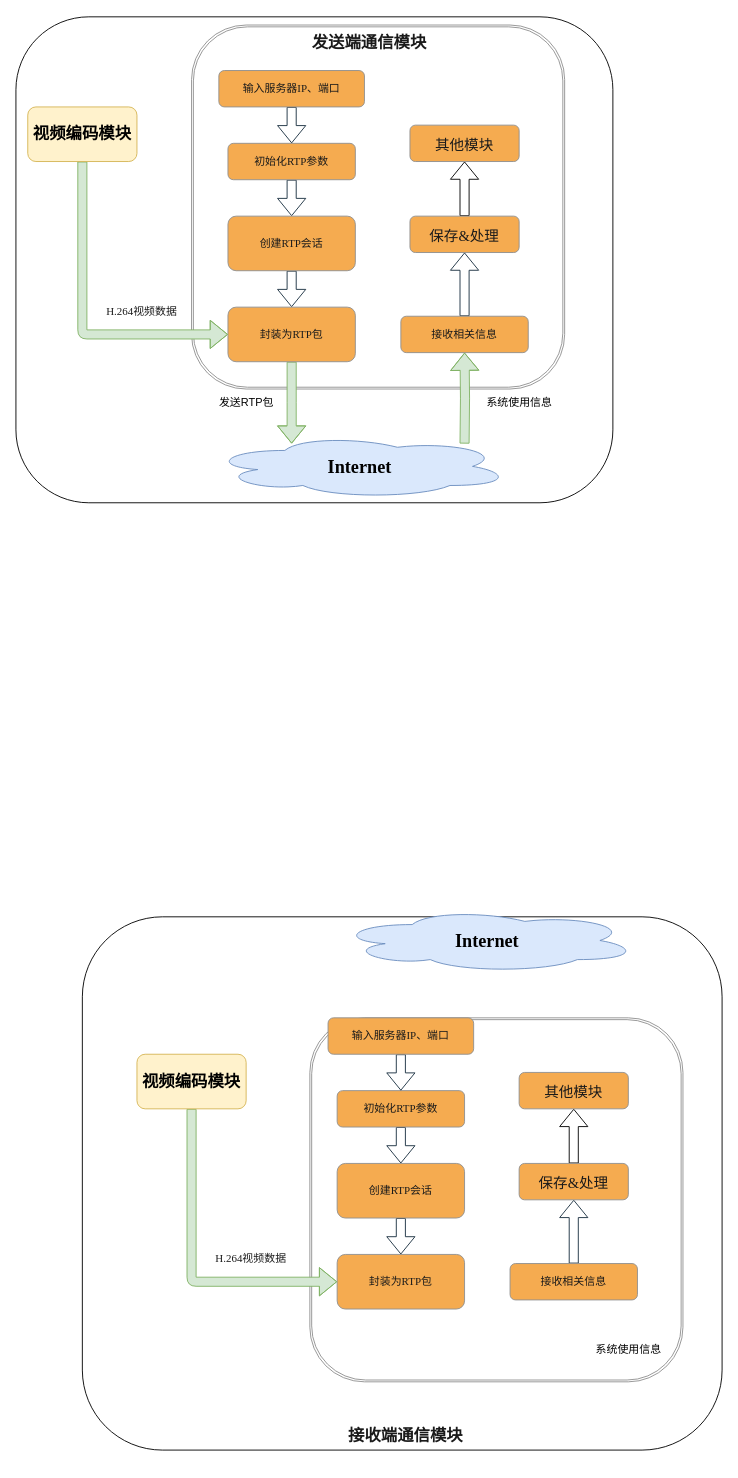
The draw.io diagram send.drawio in Bright-Hsu/Real-Time-Trans-Server, before the edit. Source tidied: cells renumbered, new cells numbered last; positions are measured from the earlier drawing's top-left corner, leaving out a move shared by most shapes. Both pictures are drawn from the tidied source at 91%, with x=0, y=0 at pixel (15, 15).
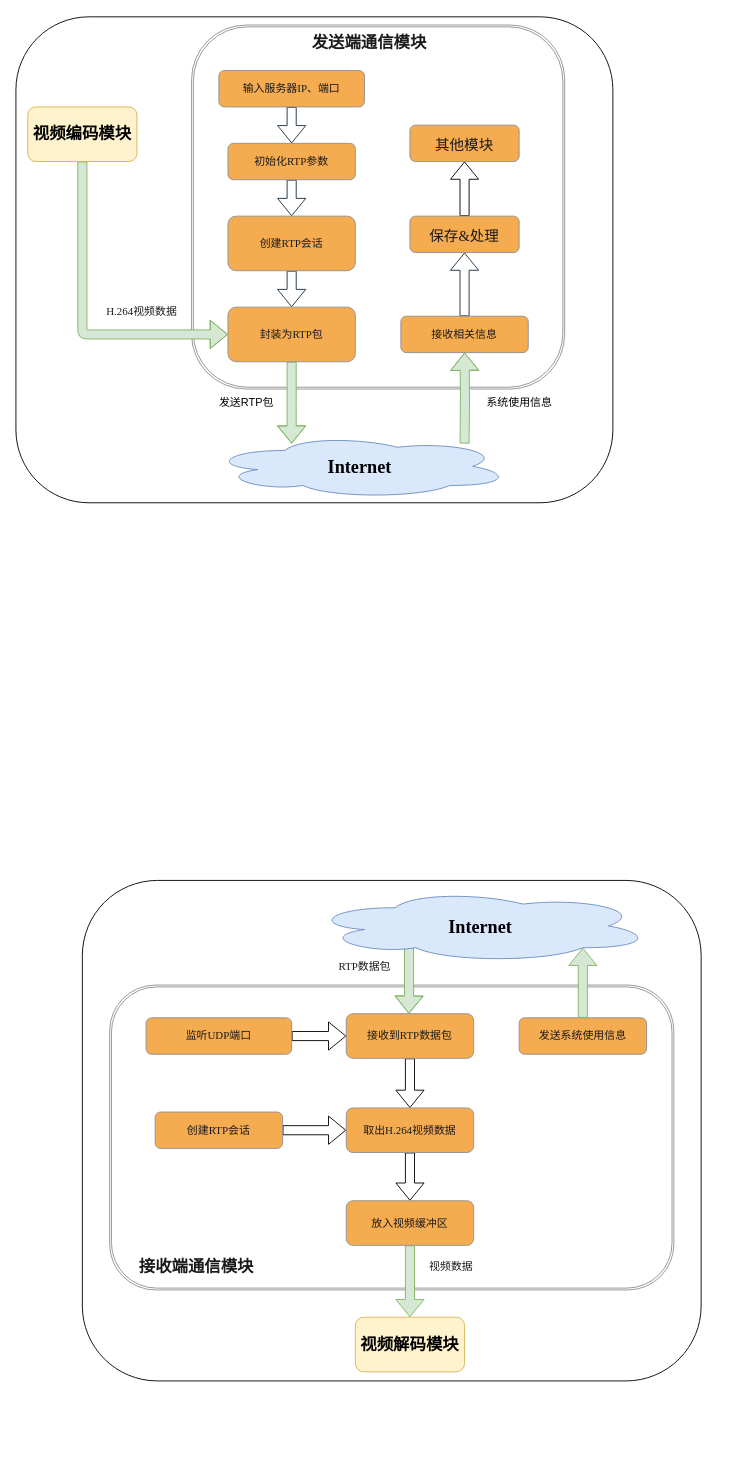
The same diagram, later.

What changed in the source:
```diff
@@
     <mxCell id="2" style="rounded=1;whiteSpace=wrap;html=1;fillColor=none;" parent="1" vertex="1">
-      <mxGeometry x="73" y="990" width="703" height="586" as="geometry" />
+      <mxGeometry x="73" y="950" width="680" height="550" as="geometry" />
     </mxCell>
@@
     <mxCell id="26" style="shape=ext;double=1;rounded=1;whiteSpace=wrap;html=1;fillColor=none;fontFamily=Times New Roman;labelBackgroundColor=none;strokeColor=#909090;fontColor=#1A1A1A;" parent="1" vertex="1">
-      <mxGeometry x="323" y="1101" width="410" height="400" as="geometry" />
+      <mxGeometry x="103" y="1065" width="620" height="335" as="geometry" />
     </mxCell>
-    <mxCell id="27" style="edgeStyle=orthogonalEdgeStyle;rounded=1;jettySize=auto;html=1;shape=flexArrow;fontFamily=Times New Roman;labelBackgroundColor=none;strokeColor=#182E3E;fontColor=default;" parent="1" edge="1" source="28" target="30">
-      <mxGeometry relative="1" as="geometry" />
-    </mxCell>
+    <mxCell id="45" style="edgeStyle=orthogonalEdgeStyle;rounded=0;jettySize=auto;html=1;shape=flexArrow;" parent="1" edge="1" source="28" target="51">
+      <mxGeometry relative="1" as="geometry" />
+    </mxCell>
-    <mxCell id="28" value="初始化RTP参数" style="rounded=1;whiteSpace=wrap;html=1;fontFamily=Times New Roman;labelBackgroundColor=none;fillColor=#F5AB50;strokeColor=#909090;fontColor=#1A1A1A;" parent="1" vertex="1">
-      <mxGeometry x="353" y="1181" width="140" height="40" as="geometry" />
+    <mxCell id="28" value="创建RTP会话" style="rounded=1;whiteSpace=wrap;html=1;fontFamily=Times New Roman;labelBackgroundColor=none;fillColor=#F5AB50;strokeColor=#909090;fontColor=#1A1A1A;" parent="1" vertex="1">
+      <mxGeometry x="153" y="1204.5" width="140" height="40" as="geometry" />
     </mxCell>
-    <mxCell id="29" style="edgeStyle=orthogonalEdgeStyle;rounded=1;jettySize=auto;html=1;shape=flexArrow;fontFamily=Times New Roman;labelBackgroundColor=none;strokeColor=#182E3E;fontColor=default;" parent="1" edge="1" source="30" target="33">
-      <mxGeometry relative="1" as="geometry" />
-    </mxCell>
-    <mxCell id="30" value="创建RTP会话" style="rounded=1;whiteSpace=wrap;html=1;fontFamily=Times New Roman;labelBackgroundColor=none;fillColor=#F5AB50;strokeColor=#909090;fontColor=#1A1A1A;" parent="1" vertex="1">
-      <mxGeometry x="353" y="1261" width="140" height="60" as="geometry" />
-    </mxCell>
-    <mxCell id="31" style="edgeStyle=orthogonalEdgeStyle;rounded=1;jettySize=auto;html=1;entryX=0.5;entryY=0;entryDx=0;entryDy=0;shape=flexArrow;fontFamily=Times New Roman;labelBackgroundColor=none;strokeColor=#182E3E;fontColor=default;" parent="1" edge="1" source="32" target="28">
-      <mxGeometry relative="1" as="geometry" />
-    </mxCell>
+    <mxCell id="46" style="edgeStyle=orthogonalEdgeStyle;rounded=0;jettySize=auto;html=1;shape=flexArrow;" parent="1" edge="1" source="32" target="49">
+      <mxGeometry relative="1" as="geometry" />
+    </mxCell>
-    <mxCell id="32" value="输入服务器IP、端口" style="rounded=1;whiteSpace=wrap;html=1;fontFamily=Times New Roman;labelBackgroundColor=none;fillColor=#F5AB50;strokeColor=#909090;fontColor=#1A1A1A;" parent="1" vertex="1">
-      <mxGeometry x="343" y="1101" width="160" height="40" as="geometry" />
+    <mxCell id="32" value="监听UDP端口" style="rounded=1;whiteSpace=wrap;html=1;fontFamily=Times New Roman;labelBackgroundColor=none;fillColor=#F5AB50;strokeColor=#909090;fontColor=#1A1A1A;" parent="1" vertex="1">
+      <mxGeometry x="143" y="1101" width="160" height="40" as="geometry" />
     </mxCell>
-    <mxCell id="33" value="封装为RTP包" style="rounded=1;whiteSpace=wrap;html=1;fontFamily=Times New Roman;labelBackgroundColor=none;fillColor=#F5AB50;strokeColor=#909090;fontColor=#1A1A1A;" parent="1" vertex="1">
-      <mxGeometry x="353" y="1361" width="140" height="60" as="geometry" />
-    </mxCell>
-    <mxCell id="34" style="edgeStyle=orthogonalEdgeStyle;rounded=1;jettySize=auto;html=1;shape=flexArrow;fontFamily=Times New Roman;labelBackgroundColor=none;strokeColor=#82b366;fontColor=default;fillColor=#d5e8d4;" parent="1" edge="1" source="35" target="33">
-      <mxGeometry relative="1" as="geometry">
-        <Array as="points">
-          <mxPoint x="193" y="1391" />
-        </Array>
-      </mxGeometry>
-    </mxCell>
-    <mxCell id="35" value="&lt;font style=&quot;font-size: 18px;&quot;&gt;&lt;b&gt;视频编码模块&lt;/b&gt;&lt;/font&gt;" style="rounded=1;whiteSpace=wrap;html=1;fontFamily=Times New Roman;labelBackgroundColor=none;fillColor=#fff2cc;strokeColor=#d6b656;" parent="1" vertex="1">
-      <mxGeometry x="133" y="1141" width="120" height="60" as="geometry" />
+    <mxCell id="35" value="&lt;font style=&quot;font-size: 18px;&quot;&gt;&lt;b&gt;视频解码模块&lt;/b&gt;&lt;/font&gt;" style="rounded=1;whiteSpace=wrap;html=1;fontFamily=Times New Roman;labelBackgroundColor=none;fillColor=#fff2cc;strokeColor=#d6b656;" parent="1" vertex="1">
+      <mxGeometry x="373" y="1430" width="120" height="60" as="geometry" />
     </mxCell>
     <mxCell id="36" value="&lt;h2&gt;&lt;b&gt;&lt;font style=&quot;font-size: 18px;&quot;&gt;接收端通信模块&lt;/font&gt;&lt;/b&gt;&lt;/h2&gt;" style="text;html=1;align=center;verticalAlign=middle;strokeColor=none;fillColor=none;fontFamily=Times New Roman;rounded=1;labelBackgroundColor=none;fontColor=#1A1A1A;" parent="1" vertex="1">
-      <mxGeometry x="353" y="1530" width="150" height="60" as="geometry" />
+      <mxGeometry x="123" y="1345" width="150" height="60" as="geometry" />
     </mxCell>
-    <mxCell id="37" value="H.264视频数据" style="text;html=1;align=center;verticalAlign=middle;strokeColor=none;fillColor=none;fontFamily=Times New Roman;rounded=1;labelBackgroundColor=none;fontColor=#1A1A1A;" parent="1" vertex="1">
-      <mxGeometry x="193" y="1351" width="130" height="30" as="geometry" />
+    <mxCell id="37" value="RTP数据包" style="text;html=1;align=center;verticalAlign=middle;strokeColor=none;fillColor=none;fontFamily=Times New Roman;rounded=1;labelBackgroundColor=none;fontColor=#1A1A1A;" parent="1" vertex="1">
+      <mxGeometry x="333" y="1030" width="100" height="30" as="geometry" />
     </mxCell>
+    <mxCell id="47" style="edgeStyle=orthogonalEdgeStyle;rounded=0;orthogonalLoop=1;jettySize=auto;html=1;shape=flexArrow;fillColor=#d5e8d4;strokeColor=#82b366;" parent="1" edge="1">
+      <mxGeometry relative="1" as="geometry">
+        <mxPoint x="432" y="980" as="sourcePoint" />
+        <mxPoint x="431.8" y="1096.5" as="targetPoint" />
+        <Array as="points">
+          <mxPoint x="431.8" y="1076.5" />
+          <mxPoint x="431.8" y="1076.5" />
+        </Array>
+      </mxGeometry>
+    </mxCell>
     <mxCell id="38" value="&lt;b&gt;Internet&lt;/b&gt;" style="ellipse;shape=cloud;whiteSpace=wrap;html=1;fontFamily=Times New Roman;fillColor=#dae8fc;strokeColor=#6c8ebf;rounded=1;labelBackgroundColor=none;hachureGap=4;fontSize=20;" parent="1" vertex="1">
-      <mxGeometry x="353" y="981" width="330" height="70" as="geometry" />
+      <mxGeometry x="323" y="960" width="375" height="80" as="geometry" />
     </mxCell>
-    <mxCell id="39" style="edgeStyle=orthogonalEdgeStyle;rounded=0;hachureGap=4;jettySize=auto;html=1;strokeColor=#182E3E;fontFamily=Architects Daughter;fontSize=16;fontColor=#1A1A1A;shape=flexArrow;" parent="1" edge="1" source="40" target="42">
-      <mxGeometry relative="1" as="geometry" />
-    </mxCell>
-    <mxCell id="40" value="接收相关信息" style="rounded=1;whiteSpace=wrap;html=1;fontFamily=Times New Roman;labelBackgroundColor=none;fillColor=#F5AB50;strokeColor=#909090;fontColor=#1A1A1A;" parent="1" vertex="1">
-      <mxGeometry x="543" y="1371" width="140" height="40" as="geometry" />
-    </mxCell>
-    <mxCell id="41" style="edgeStyle=orthogonalEdgeStyle;rounded=0;jettySize=auto;html=1;shape=flexArrow;" parent="1" edge="1" source="42" target="44">
-      <mxGeometry relative="1" as="geometry" />
-    </mxCell>
-    <mxCell id="42" value="&lt;font style=&quot;font-size: 16px;&quot;&gt;保存&amp;amp;处理&lt;/font&gt;" style="whiteSpace=wrap;html=1;fontFamily=Times New Roman;fillColor=#F5AB50;strokeColor=#909090;fontColor=#1A1A1A;rounded=1;labelBackgroundColor=none;hachureGap=4;fontSize=20;" parent="1" vertex="1">
-      <mxGeometry x="553" y="1261" width="120" height="40" as="geometry" />
-    </mxCell>
-    <mxCell id="43" value="系统使用信息" style="text;html=1;align=center;verticalAlign=middle;strokeColor=none;fillColor=none;" parent="1" vertex="1">
-      <mxGeometry x="613" y="1451" width="120" height="30" as="geometry" />
-    </mxCell>
-    <mxCell id="44" value="&lt;span style=&quot;font-size: 16px;&quot;&gt;其他模块&lt;/span&gt;" style="whiteSpace=wrap;html=1;fontFamily=Times New Roman;fillColor=#F5AB50;strokeColor=#909090;fontColor=#1A1A1A;rounded=1;labelBackgroundColor=none;hachureGap=4;fontSize=20;" parent="1" vertex="1">
-      <mxGeometry x="553" y="1161" width="120" height="40" as="geometry" />
-    </mxCell>
+    <mxCell id="48" style="edgeStyle=orthogonalEdgeStyle;rounded=0;jettySize=auto;html=1;shape=flexArrow;" parent="1" edge="1" source="49" target="51">
+      <mxGeometry relative="1" as="geometry" />
+    </mxCell>
+    <mxCell id="49" value="接收到RTP数据包" style="whiteSpace=wrap;html=1;fontFamily=Times New Roman;fillColor=#F5AB50;strokeColor=#909090;fontColor=#1A1A1A;rounded=1;labelBackgroundColor=none;" parent="1" vertex="1">
+      <mxGeometry x="363" y="1096.5" width="140" height="49" as="geometry" />
+    </mxCell>
+    <mxCell id="50" style="edgeStyle=orthogonalEdgeStyle;rounded=0;jettySize=auto;html=1;shape=flexArrow;" parent="1" edge="1" source="51" target="53">
+      <mxGeometry relative="1" as="geometry" />
+    </mxCell>
+    <mxCell id="51" value="取出H.264视频数据" style="whiteSpace=wrap;html=1;fontFamily=Times New Roman;fillColor=#F5AB50;strokeColor=#909090;fontColor=#1A1A1A;rounded=1;labelBackgroundColor=none;" parent="1" vertex="1">
+      <mxGeometry x="363" y="1200" width="140" height="49" as="geometry" />
+    </mxCell>
+    <mxCell id="52" style="edgeStyle=orthogonalEdgeStyle;rounded=0;jettySize=auto;html=1;entryX=0.5;entryY=0;entryDx=0;entryDy=0;shape=flexArrow;fillColor=#d5e8d4;strokeColor=#82b366;" parent="1" edge="1" source="53" target="35">
+      <mxGeometry relative="1" as="geometry" />
+    </mxCell>
+    <mxCell id="53" value="放入视频缓冲区" style="whiteSpace=wrap;html=1;fontFamily=Times New Roman;fillColor=#F5AB50;strokeColor=#909090;fontColor=#1A1A1A;rounded=1;labelBackgroundColor=none;" parent="1" vertex="1">
+      <mxGeometry x="363" y="1302" width="140" height="49" as="geometry" />
+    </mxCell>
+    <mxCell id="54" value="视频数据" style="text;html=1;align=center;verticalAlign=middle;strokeColor=none;fillColor=none;fontFamily=Times New Roman;rounded=1;labelBackgroundColor=none;fontColor=#1A1A1A;" parent="1" vertex="1">
+      <mxGeometry x="433" y="1360" width="90" height="30" as="geometry" />
+    </mxCell>
+    <mxCell id="55" value="发送系统使用信息" style="rounded=1;whiteSpace=wrap;html=1;fontFamily=Times New Roman;labelBackgroundColor=none;fillColor=#F5AB50;strokeColor=#909090;fontColor=#1A1A1A;" parent="1" vertex="1">
+      <mxGeometry x="553" y="1101" width="140" height="40" as="geometry" />
+    </mxCell>
+    <mxCell id="56" style="shape=flexArrow;endArrow=classic;html=1;rounded=0;exitX=0.5;exitY=0;exitDx=0;exitDy=0;entryX=0.8;entryY=0.8;entryDx=0;entryDy=0;entryPerimeter=0;fillColor=#d5e8d4;strokeColor=#82b366;" parent="1" edge="1" source="55" target="38">
+      <mxGeometry relative="1" as="geometry" />
+    </mxCell>
```
